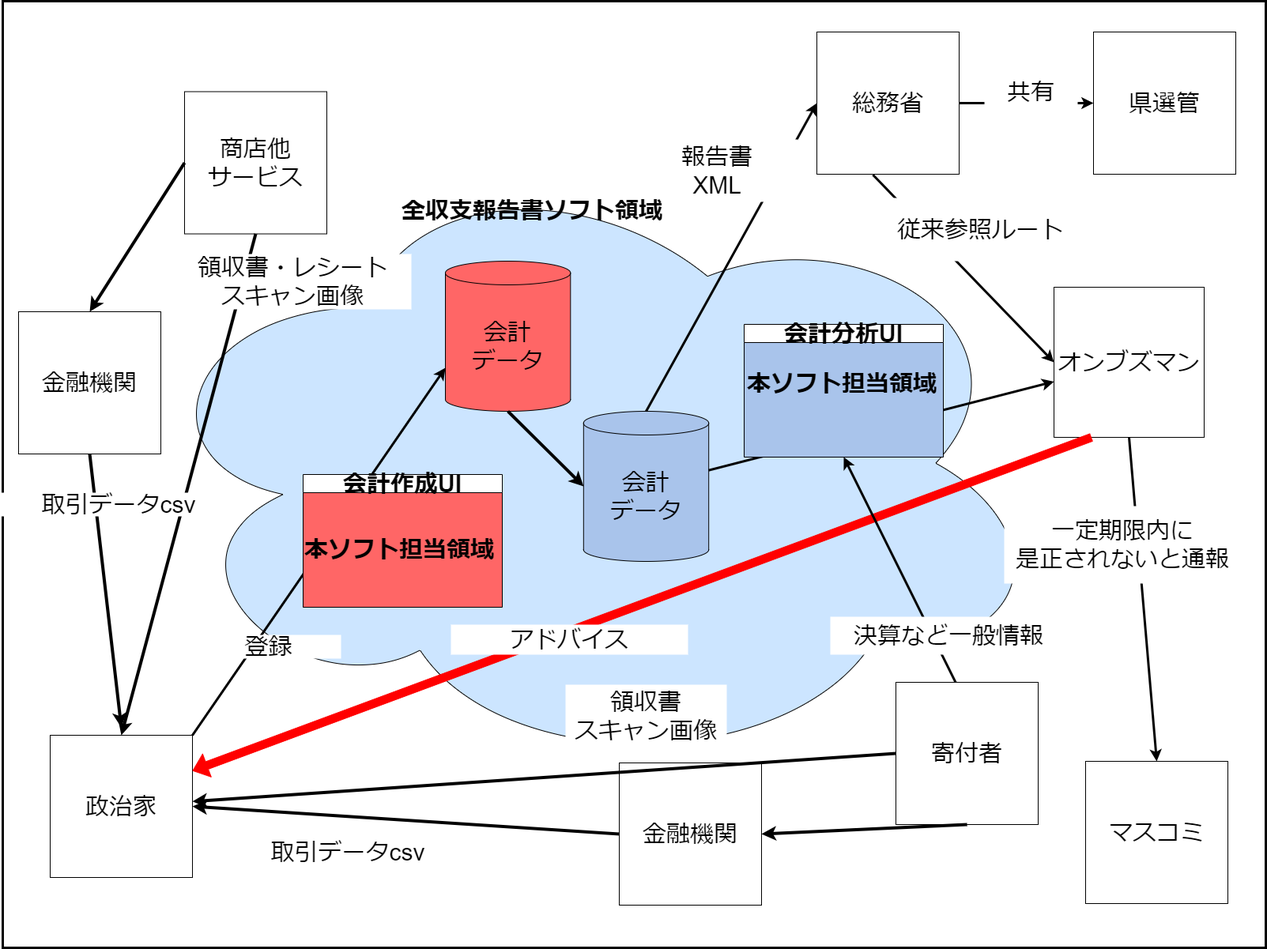
chiwa2023/create-politician-balance-report keeps this draw.io diagram as docs/images/概念図作成側.drawio.png. Above is the earlier version. Source tidied: cells renumbered, new cells last; positions are measured from the earlier drawing's top-left corner, leaving out a move shared by most shapes.
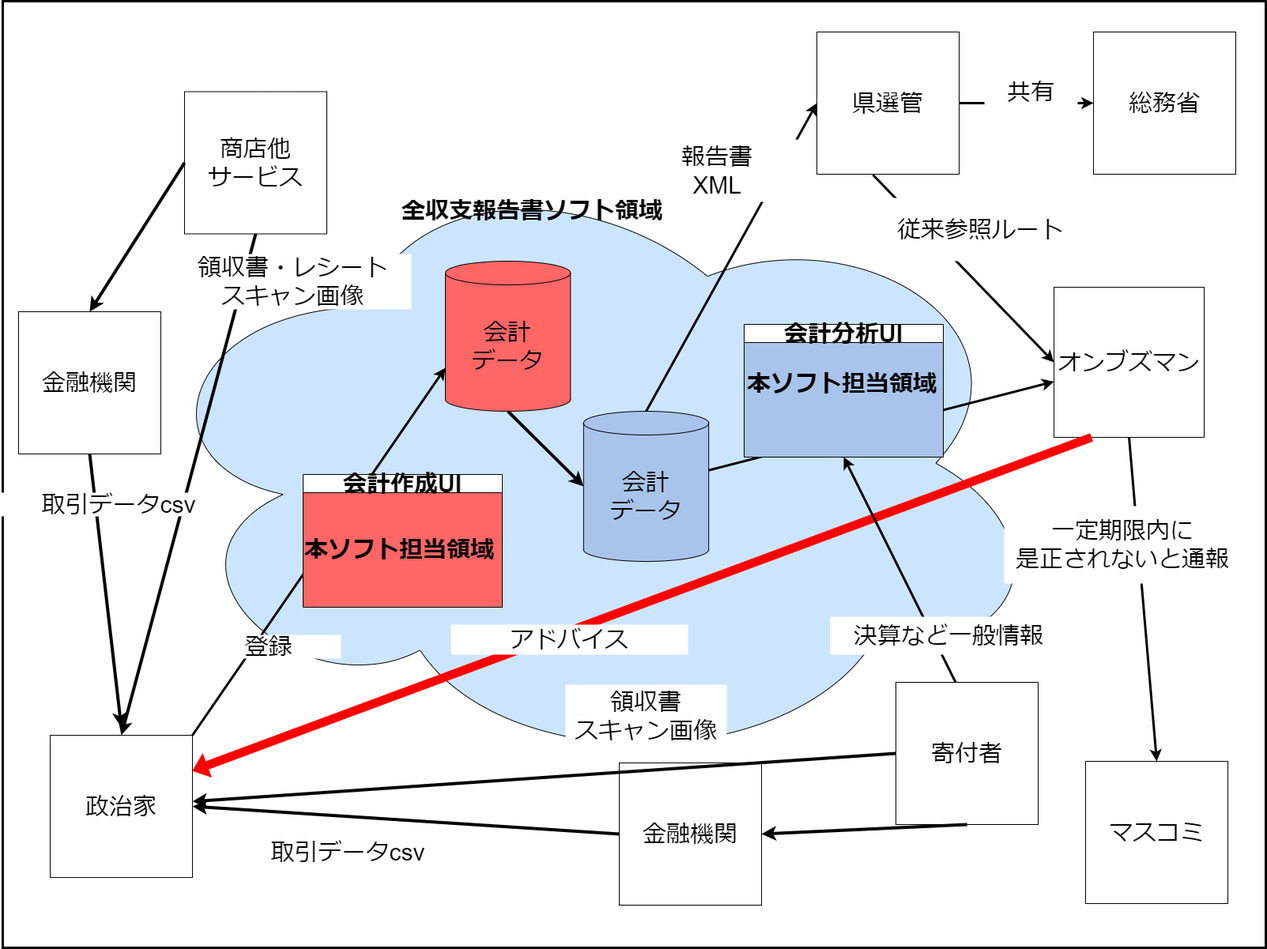
Later version of the same file.

Diff of the diagram source:
```diff
@@ -147,10 +147,10 @@
     <mxCell id="50" value="&lt;font style=&quot;font-size: 30px;&quot;&gt;金融機関&lt;/font&gt;" style="whiteSpace=wrap;html=1;" parent="45" vertex="1">
       <mxGeometry x="23" y="393" width="180" height="180" as="geometry" />
     </mxCell>
-    <mxCell id="51" value="&lt;font style=&quot;font-size: 30px;&quot;&gt;総務省&lt;/font&gt;" style="whiteSpace=wrap;html=1;" parent="45" vertex="1">
+    <mxCell id="51" value="&lt;font style=&quot;font-size: 30px;&quot;&gt;県選管&lt;/font&gt;" style="whiteSpace=wrap;html=1;" parent="45" vertex="1">
       <mxGeometry x="1033" y="39" width="180" height="180" as="geometry" />
     </mxCell>
-    <mxCell id="52" value="&lt;font style=&quot;font-size: 30px;&quot;&gt;県選管&lt;/font&gt;" style="whiteSpace=wrap;html=1;" parent="45" vertex="1">
+    <mxCell id="52" value="&lt;font style=&quot;font-size: 30px;&quot;&gt;総務省&lt;/font&gt;" style="whiteSpace=wrap;html=1;" parent="45" vertex="1">
       <mxGeometry x="1383" y="39" width="180" height="180" as="geometry" />
     </mxCell>
     <mxCell id="53" value="&lt;span style=&quot;font-size: 30px;&quot;&gt;商店他&lt;br&gt;サービス&lt;br&gt;&lt;/span&gt;" style="whiteSpace=wrap;html=1;" parent="45" vertex="1">
```
